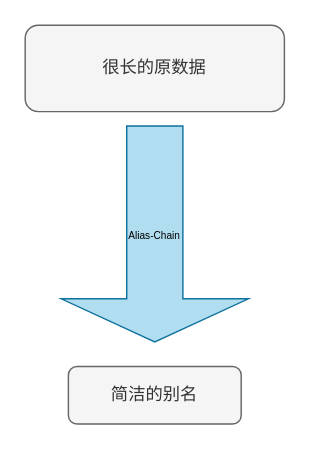
kiko2022-cmd/MarkdownPhotos keeps this draw.io diagram as Alias-Chain.drawio. Above is the earlier version. Source tidied: cells renumbered, new cells numbered last; positions are measured from the earlier drawing's top-left corner, leaving out a move shared by most shapes. Both pictures are drawn from the tidied source at 144%, with x=0, y=0 at pixel (24, 24).
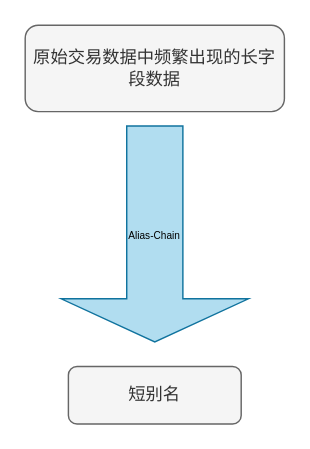
After the change.

Diff of the diagram source:
```diff
@@
 <mxGraphModel>
   <root>
     <mxCell id="0" />
     <mxCell id="1" parent="0" />
-    <mxCell id="2" value="很长的原数据" style="rounded=1;whiteSpace=wrap;html=1;fillColor=#f5f5f5;strokeColor=#666666;fontColor=#333333;" parent="1" vertex="1">
+    <mxCell id="2" value="原始交易数据中频繁出现的长字段数据" style="rounded=1;whiteSpace=wrap;html=1;fillColor=#f5f5f5;strokeColor=#666666;fontColor=#333333;" parent="1" vertex="1">
       <mxGeometry width="180" height="60" as="geometry" />
     </mxCell>
     <mxCell id="3" value="&lt;font style=&quot;font-size: 7px;&quot;&gt;Alias-Chain&lt;/font&gt;" style="shape=singleArrow;direction=south;whiteSpace=wrap;html=1;fillColor=#b1ddf0;strokeColor=#10739e;" parent="1" vertex="1">
       <mxGeometry x="25" y="70" width="130" height="150" as="geometry" />
     </mxCell>
-    <mxCell id="4" value="简洁的别名" style="rounded=1;whiteSpace=wrap;html=1;fillColor=#f5f5f5;strokeColor=#666666;fontColor=#333333;" parent="1" vertex="1">
+    <mxCell id="4" value="短别名" style="rounded=1;whiteSpace=wrap;html=1;fillColor=#f5f5f5;strokeColor=#666666;fontColor=#333333;" parent="1" vertex="1">
       <mxGeometry x="30" y="237" width="120" height="40" as="geometry" />
     </mxCell>
   </root>
 </mxGraphModel>
```
